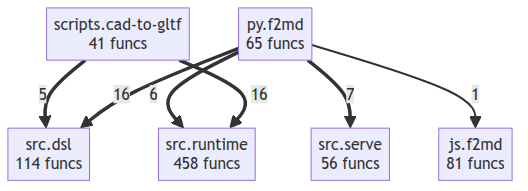
Earlier version of the Mermaid export project/compact_flow.png (bioxfoundry/twin-dsl). Its source is kept beside it as project/compact_flow.mmd.
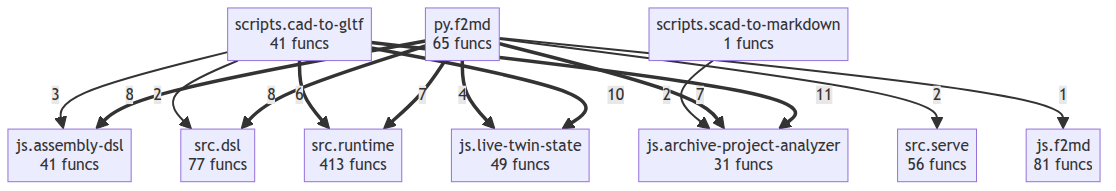
The same diagram one commit later.

What changed in the source:
```diff
@@ -1,5 +1,6 @@
 flowchart TD
     js__archive_project_analyzer["js.archive-project-analyzer<br/>31 funcs"]
+    js__assembly_dsl["js.assembly-dsl<br/>41 funcs"]
     js__f2md["js.f2md<br/>81 funcs"]
     js__live_twin_state["js.live-twin-state<br/>49 funcs"]
     py__f2md["py.f2md<br/>65 funcs"]
@@ -8,14 +9,16 @@
     src__dsl["src.dsl<br/>77 funcs"]
     src__runtime["src.runtime<br/>413 funcs"]
     src__serve["src.serve<br/>56 funcs"]
-    py__f2md ==>|16| src__dsl
     scripts__cad_to_gltf ==>|11| js__archive_project_analyzer
     scripts__cad_to_gltf ==>|10| js__live_twin_state
-    py__f2md ==>|7| src__serve
+    py__f2md ==>|8| src__dsl
+    py__f2md ==>|8| js__assembly_dsl
+    py__f2md ==>|7| src__runtime
     py__f2md ==>|7| js__archive_project_analyzer
     scripts__cad_to_gltf ==>|6| src__runtime
-    scripts__cad_to_gltf ==>|5| src__dsl
     py__f2md ==>|4| js__live_twin_state
+    scripts__cad_to_gltf -->|3| js__assembly_dsl
+    scripts__cad_to_gltf -->|2| src__dsl
     scripts__scad_to_markdown -->|2| js__archive_project_analyzer
-    py__f2md -->|2| src__runtime
+    py__f2md -->|2| src__serve
     py__f2md -->|1| js__f2md
```
